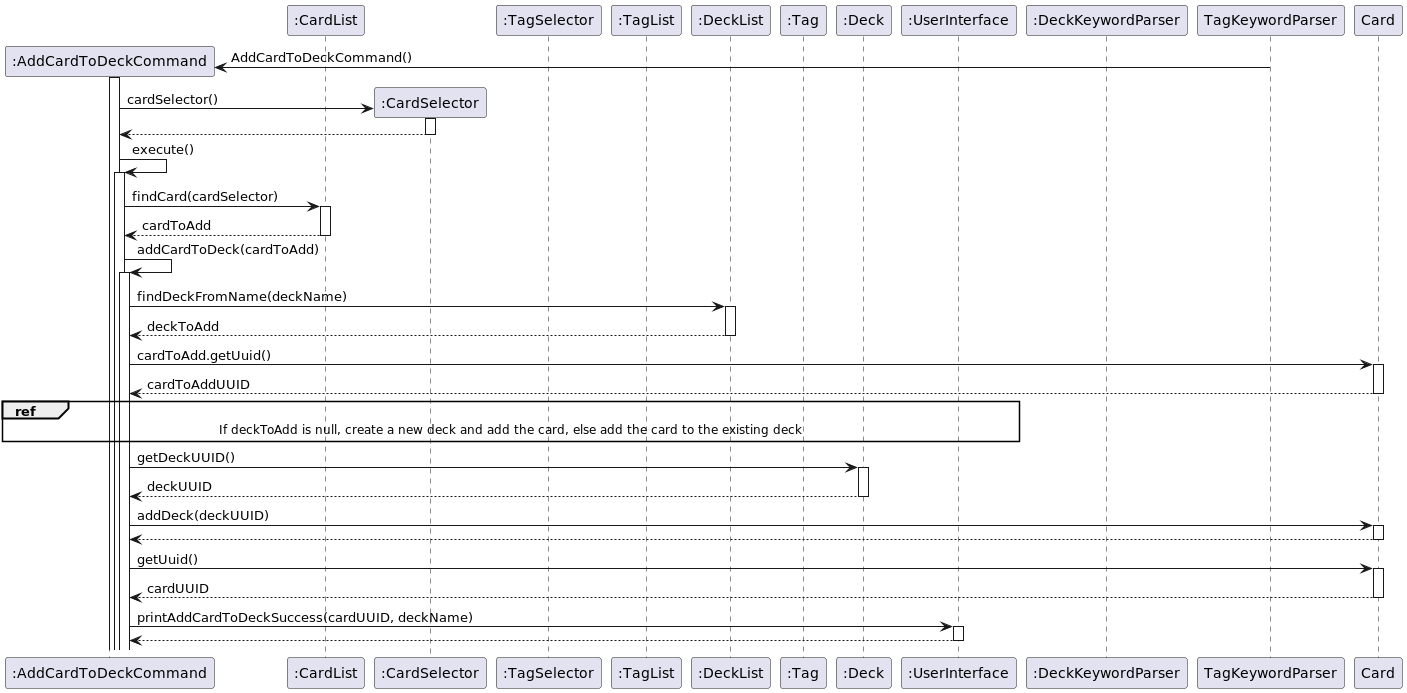
Earlier version of the PlantUML export docs/img/AddCardToDeck.png (nus-cs2113-AY2223S2/tp).
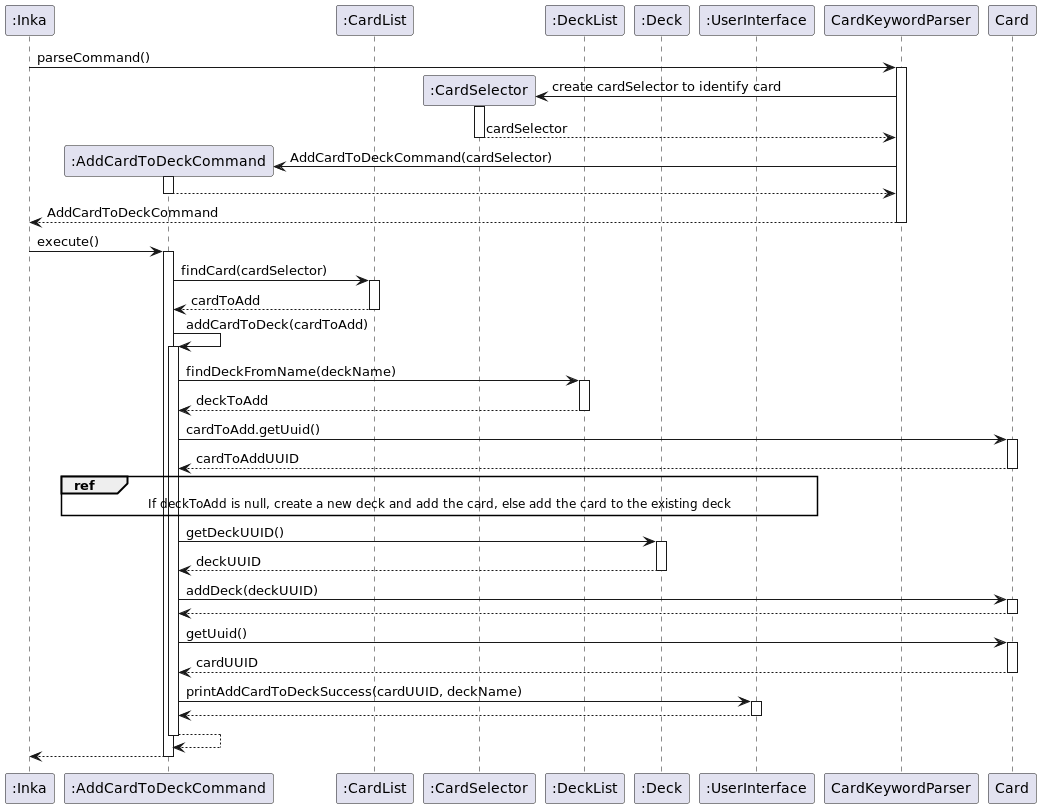
After the change.

The edit, as a diff of the source:
```diff
@@ -1,28 +1,29 @@
 @startuml
 autoactivate on
 
+participant ":Inka" as Inka
 participant ":AddCardToDeckCommand" as AddCardToDeckCommand
-participant ":TagList" as TagList
 participant ":CardList" as CardList
 participant ":CardSelector" as CardSelector
-participant ":TagSelector" as TagSelector
-participant ":TagList" as TagList
 participant ":DeckList" as DeckList
-participant ":Tag" as Tag
 participant ":Deck" as Deck
 
 participant ":UserInterface" as UserInterface
-participant ":DeckKeywordParser" as DeckKeywordParser
+
+Inka -> CardKeywordParser : parseCommand()
+
+Create CardSelector
+CardKeywordParser -> CardSelector : create cardSelector to identify card
+return cardSelector
 
 Create AddCardToDeckCommand
-TagKeywordParser -> AddCardToDeckCommand : AddCardToDeckCommand()
-activate AddCardToDeckCommand
+CardKeywordParser -> AddCardToDeckCommand : AddCardToDeckCommand(cardSelector)
 
-Create CardSelector
-AddCardToDeckCommand -> CardSelector : cardSelector()
 return
 
-AddCardToDeckCommand -> AddCardToDeckCommand : execute()
+return AddCardToDeckCommand
+
+Inka -> AddCardToDeckCommand : execute()
 AddCardToDeckCommand -> CardList : findCard(cardSelector)
 return cardToAdd
 
@@ -47,4 +48,7 @@
 AddCardToDeckCommand -> UserInterface : printAddCardToDeckSuccess(cardUUID, deckName)
 return
 
+return
+
+return
 @enduml
```
